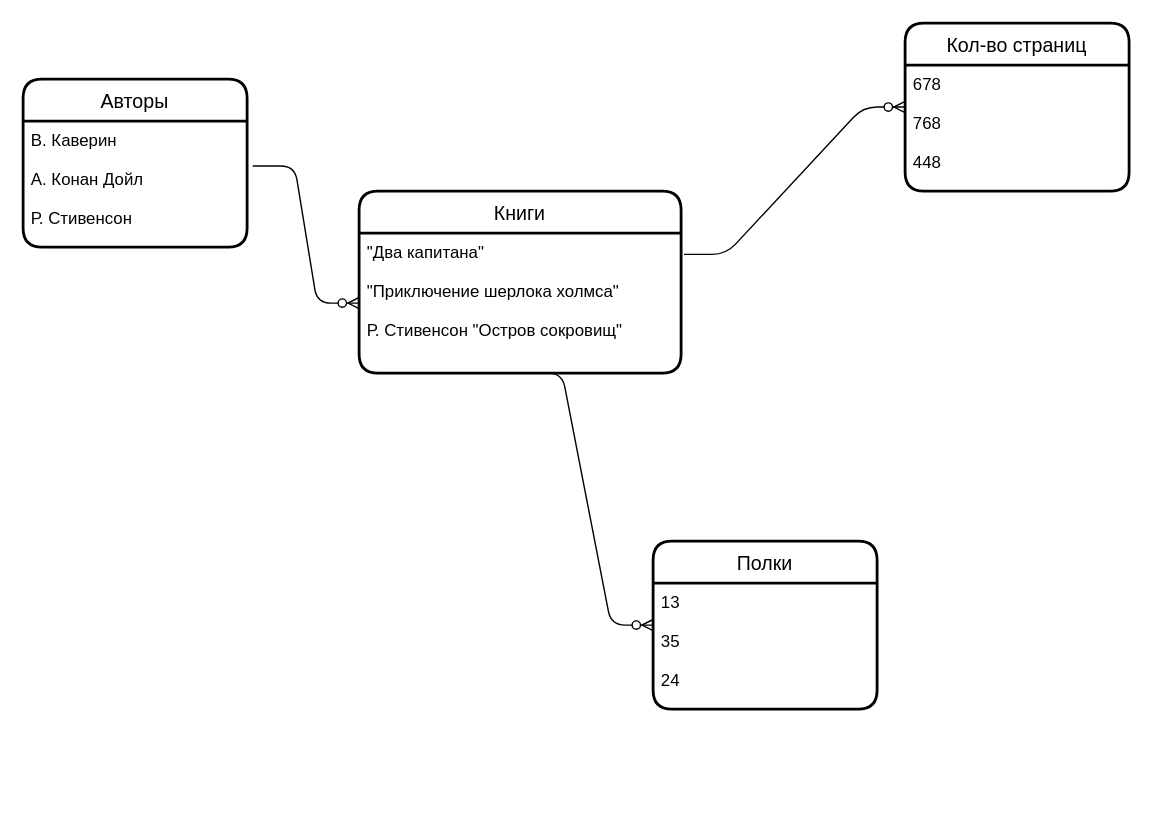
Above: Библиотека "Кладбище классики".drawio in Programmer014/DB (draw.io), before the change. Source tidied: cells renumbered, new cells numbered last; positions are measured from the earlier drawing's top-left corner, leaving out a move shared by most shapes. Both pictures are drawn from the tidied source at 140%, with x=0, y=0 at pixel (22, 22).
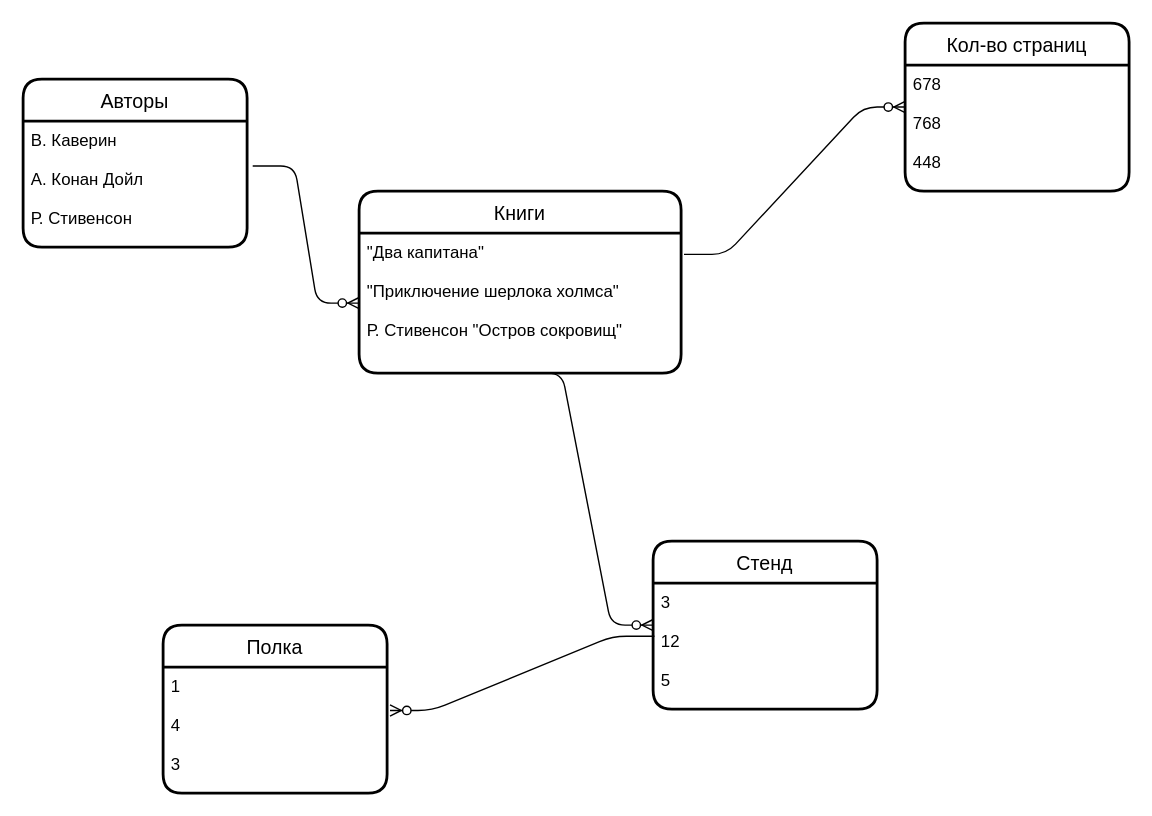
The same page after the edit.

Change to the diagram source:
```diff
@@
 <mxGraphModel>
   <root>
     <mxCell id="0" />
     <mxCell id="1" parent="0" />
     <mxCell id="2" value="Книги" style="swimlane;horizontal=1;startSize=30;rounded=1;fontSize=14;fontStyle=0;strokeWidth=2;shadow=0;dashed=0;align=center;" parent="1" vertex="1">
       <mxGeometry x="240" y="120" width="230" height="130" as="geometry" />
     </mxCell>
     <mxCell id="3" value="&quot;Два капитана&quot;&#10;&#10;&quot;Приключение шерлока холмса&quot;&#10;&#10;Р. Стивенсон &quot;Остров сокровищ&quot;" style="align=left;strokeColor=none;fillColor=none;spacingLeft=4;fontSize=12;verticalAlign=top;" parent="2" vertex="1">
       <mxGeometry y="30" width="230" height="100" as="geometry" />
     </mxCell>
     <mxCell id="4" value="Кол-во страниц" style="swimlane;horizontal=1;startSize=30;rounded=1;fontSize=14;fontStyle=0;strokeWidth=2;shadow=0;dashed=0;align=center;" parent="1" vertex="1">
       <mxGeometry x="630" width="160" height="120" as="geometry" />
     </mxCell>
     <mxCell id="5" value="678&#10;&#10;768&#10;&#10;448" style="align=left;strokeColor=none;fillColor=none;spacingLeft=4;fontSize=12;verticalAlign=top;" parent="4" vertex="1">
       <mxGeometry y="30" width="160" height="90" as="geometry" />
     </mxCell>
     <mxCell id="6" style="edgeStyle=entityRelationEdgeStyle;fontSize=12;html=1;endArrow=ERzeroToMany;endFill=1;exitX=1.009;exitY=0.152;exitDx=0;exitDy=0;exitPerimeter=0;entryX=0;entryY=0.333;entryDx=0;entryDy=0;entryPerimeter=0;" parent="1" edge="1" source="3" target="5">
       <mxGeometry relative="1" as="geometry" />
     </mxCell>
     <mxCell id="7" value="Авторы" style="swimlane;horizontal=1;startSize=30;rounded=1;fontSize=14;fontStyle=0;strokeWidth=2;shadow=0;dashed=0;align=center;" parent="1" vertex="1">
       <mxGeometry y="40" width="160" height="120" as="geometry" />
     </mxCell>
     <mxCell id="8" value="В. Каверин&#10;&#10;А. Конан Дойл&#10;&#10;Р. Стивенсон" style="align=left;strokeColor=none;fillColor=none;spacingLeft=4;fontSize=12;verticalAlign=top;" parent="7" vertex="1">
       <mxGeometry y="30" width="160" height="90" as="geometry" />
     </mxCell>
     <mxCell id="9" style="edgeStyle=entityRelationEdgeStyle;fontSize=12;html=1;endArrow=ERzeroToMany;endFill=1;entryX=0;entryY=0.5;entryDx=0;entryDy=0;exitX=1.025;exitY=0.356;exitDx=0;exitDy=0;exitPerimeter=0;" parent="1" edge="1" source="8" target="3">
       <mxGeometry relative="1" as="geometry" />
     </mxCell>
-    <mxCell id="10" value="Полки" style="swimlane;horizontal=1;startSize=30;rounded=1;fontSize=14;fontStyle=0;strokeWidth=2;shadow=0;dashed=0;align=center;" parent="1" vertex="1">
+    <mxCell id="10" value="Стенд" style="swimlane;horizontal=1;startSize=30;rounded=1;fontSize=14;fontStyle=0;strokeWidth=2;shadow=0;dashed=0;align=center;" parent="1" vertex="1">
       <mxGeometry x="450" y="370" width="160" height="120" as="geometry" />
     </mxCell>
-    <mxCell id="11" value="13&#10;&#10;35&#10;&#10;24" style="align=left;strokeColor=none;fillColor=none;spacingLeft=4;fontSize=12;verticalAlign=top;" parent="10" vertex="1">
+    <mxCell id="11" value="3&#10;&#10;12&#10;&#10;5" style="align=left;strokeColor=none;fillColor=none;spacingLeft=4;fontSize=12;verticalAlign=top;" parent="10" vertex="1">
       <mxGeometry y="30" width="160" height="90" as="geometry" />
     </mxCell>
     <mxCell id="12" style="edgeStyle=entityRelationEdgeStyle;fontSize=12;html=1;endArrow=ERzeroToMany;endFill=1;exitX=0.5;exitY=1;exitDx=0;exitDy=0;entryX=0;entryY=0.5;entryDx=0;entryDy=0;" parent="1" edge="1" source="3" target="10">
       <mxGeometry relative="1" as="geometry" />
     </mxCell>
+    <mxCell id="13" value="Полка" style="swimlane;horizontal=1;startSize=30;rounded=1;fontSize=14;fontStyle=0;strokeWidth=2;shadow=0;dashed=0;align=center;" parent="1" vertex="1">
+      <mxGeometry x="100" y="430" width="160" height="120" as="geometry" />
+    </mxCell>
+    <mxCell id="14" value="1&#10;&#10;4&#10;&#10;3" style="align=left;strokeColor=none;fillColor=none;spacingLeft=4;fontSize=12;verticalAlign=top;" parent="13" vertex="1">
+      <mxGeometry y="30" width="160" height="90" as="geometry" />
+    </mxCell>
+    <mxCell id="15" style="edgeStyle=entityRelationEdgeStyle;fontSize=12;html=1;endArrow=ERzeroToMany;endFill=1;exitX=0.006;exitY=0.422;exitDx=0;exitDy=0;exitPerimeter=0;entryX=1.013;entryY=0.344;entryDx=0;entryDy=0;entryPerimeter=0;" parent="1" edge="1" source="11" target="14">
+      <mxGeometry relative="1" as="geometry" />
+    </mxCell>
   </root>
 </mxGraphModel>
```
